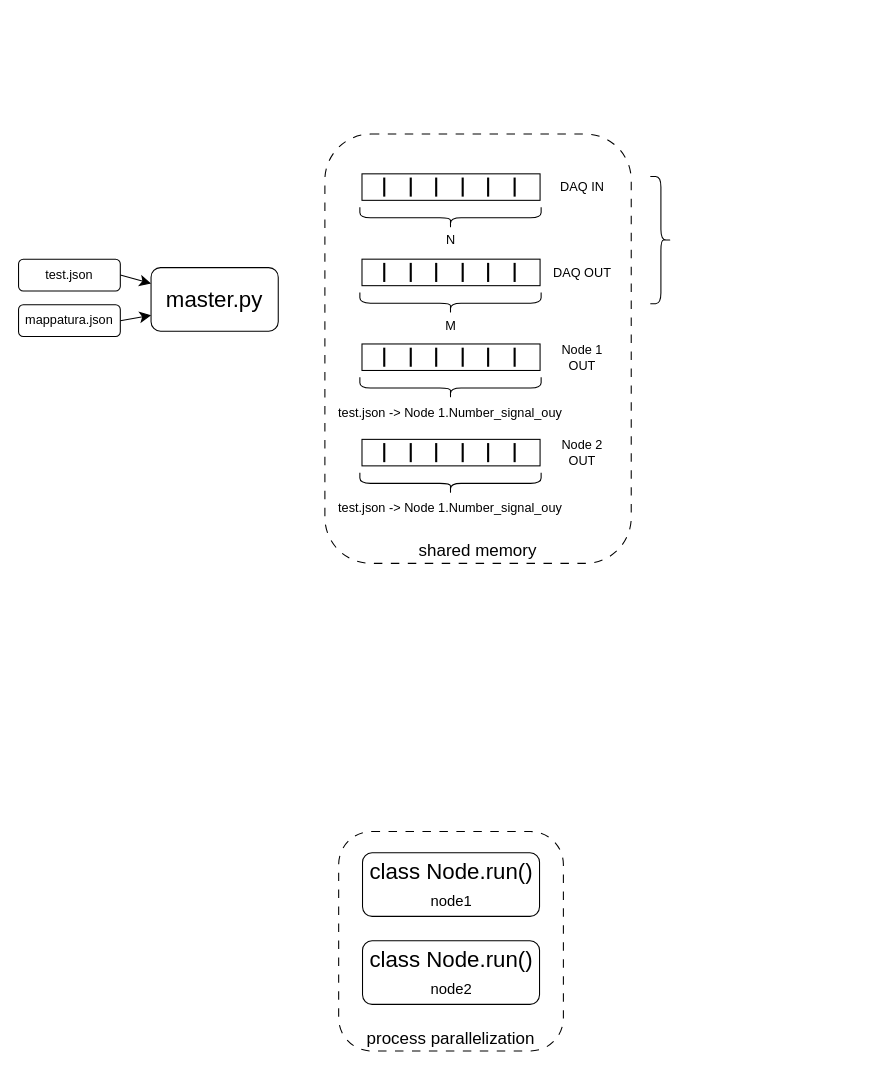
The draw.io diagram realsync.drawio in arielpriarone/drawings, before the edit. Source tidied: cells renumbered, new cells numbered last; positions are measured from the earlier drawing's top-left corner, leaving out a move shared by most shapes. Both pictures are drawn from the tidied source at 106%, with x=0, y=0 at pixel (18, 126).
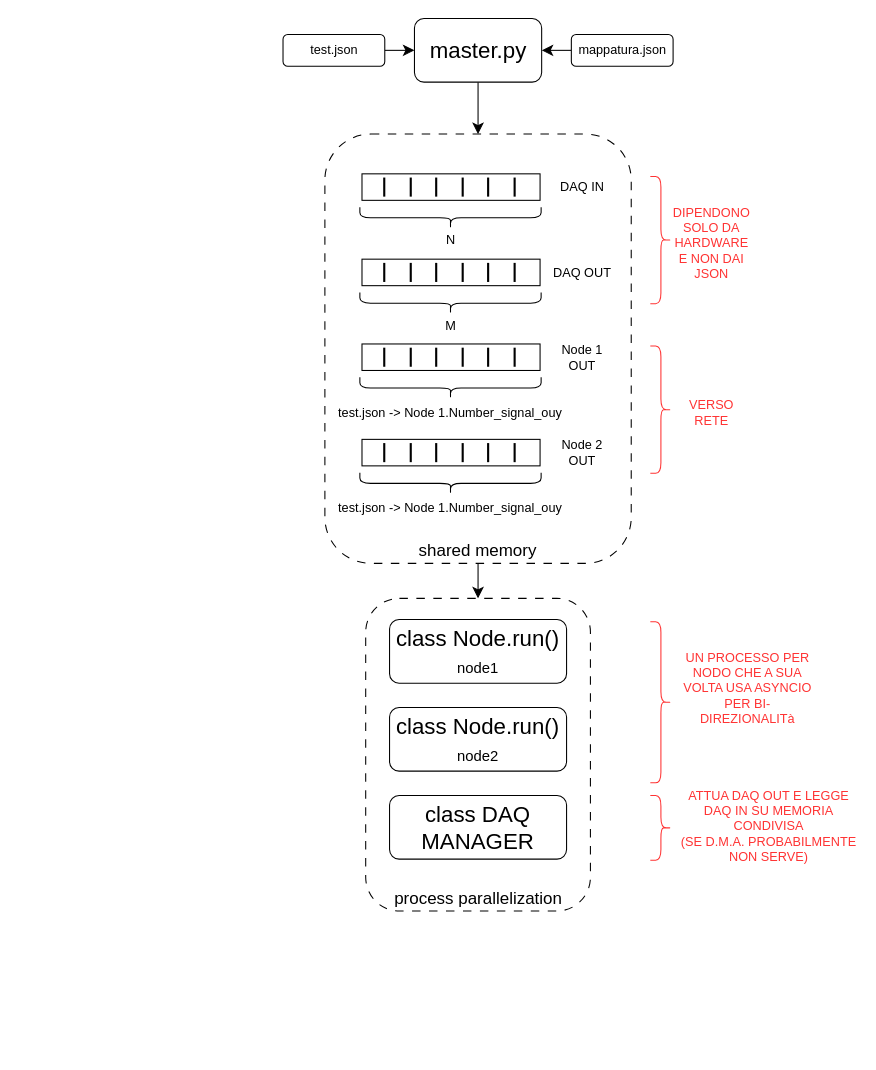
After the change.

The change refers to these unchanged cells:
```xml
<mxCell id="10" value="shared memory" style="rounded=1;whiteSpace=wrap;html=1;dashed=1;dashPattern=8 8;fontSize=16;verticalAlign=bottom;" parent="1" vertex="1">
  <mxGeometry x="289" y="7" width="289" height="405" as="geometry" />
</mxCell>
```

Change to the diagram source:
```diff
@@
-    <mxCell id="2" style="edgeStyle=none;curved=1;rounded=0;jettySize=auto;html=1;exitX=1;exitY=0.5;exitDx=0;exitDy=0;entryX=0;entryY=0.25;entryDx=0;entryDy=0;fontSize=12;startSize=8;endSize=8;" parent="1" edge="1" source="3" target="6">
+    <mxCell id="2" style="edgeStyle=none;curved=1;rounded=0;jettySize=auto;html=1;exitX=1;exitY=0.5;exitDx=0;exitDy=0;entryX=0;entryY=0.5;entryDx=0;entryDy=0;fontSize=12;startSize=8;endSize=8;" parent="1" edge="1" source="3" target="6">
       <mxGeometry relative="1" as="geometry" />
     </mxCell>
     <mxCell id="3" value="test.json" style="rounded=1;whiteSpace=wrap;html=1;" parent="1" vertex="1">
-      <mxGeometry y="125" width="96" height="30" as="geometry" />
+      <mxGeometry x="249.5" y="-87" width="96" height="30" as="geometry" />
     </mxCell>
-    <mxCell id="4" style="edgeStyle=none;curved=1;rounded=0;jettySize=auto;html=1;exitX=1;exitY=0.5;exitDx=0;exitDy=0;entryX=0;entryY=0.75;entryDx=0;entryDy=0;fontSize=12;startSize=8;endSize=8;" parent="1" edge="1" source="5" target="6">
+    <mxCell id="4" style="edgeStyle=none;curved=1;rounded=0;jettySize=auto;html=1;exitX=0;exitY=0.5;exitDx=0;exitDy=0;entryX=1;entryY=0.5;entryDx=0;entryDy=0;fontSize=12;startSize=8;endSize=8;" parent="1" edge="1" source="5" target="6">
       <mxGeometry relative="1" as="geometry" />
     </mxCell>
     <mxCell id="5" value="mappatura.json" style="rounded=1;whiteSpace=wrap;html=1;" parent="1" vertex="1">
-      <mxGeometry y="168" width="96" height="30" as="geometry" />
+      <mxGeometry x="521.5" y="-87" width="96" height="30" as="geometry" />
     </mxCell>
+    <mxCell id="52" style="edgeStyle=none;curved=1;rounded=0;jettySize=auto;html=1;exitX=0.5;exitY=1;exitDx=0;exitDy=0;entryX=0.5;entryY=0;entryDx=0;entryDy=0;fontSize=12;startSize=8;endSize=8;" parent="1" edge="1" source="6" target="10">
+      <mxGeometry relative="1" as="geometry" />
+    </mxCell>
     <mxCell id="6" value="master.py" style="rounded=1;whiteSpace=wrap;html=1;fontSize=21;" parent="1" vertex="1">
-      <mxGeometry x="125" y="133" width="120" height="60" as="geometry" />
+      <mxGeometry x="373.5" y="-102" width="120" height="60" as="geometry" />
     </mxCell>
     <mxCell id="7" value="process parallelization" style="rounded=1;whiteSpace=wrap;html=1;dashed=1;dashPattern=8 8;fontSize=16;verticalAlign=bottom;" parent="1" vertex="1">
-      <mxGeometry x="302" y="665" width="212" height="207" as="geometry" />
+      <mxGeometry x="327.5" y="445" width="212" height="295" as="geometry" />
     </mxCell>
     <mxCell id="8" value="class Node.run()&lt;br&gt;&lt;font style=&quot;font-size: 14px;&quot;&gt;node1&lt;/font&gt;" style="rounded=1;whiteSpace=wrap;html=1;fontSize=21;" parent="1" vertex="1">
-      <mxGeometry x="324.5" y="685" width="167" height="60" as="geometry" />
+      <mxGeometry x="350" y="465" width="167" height="60" as="geometry" />
     </mxCell>
     <mxCell id="9" value="class Node.run()&lt;br&gt;&lt;font style=&quot;font-size: 14px;&quot;&gt;node2&lt;/font&gt;" style="rounded=1;whiteSpace=wrap;html=1;fontSize=21;" parent="1" vertex="1">
-      <mxGeometry x="324.5" y="768" width="167" height="60" as="geometry" />
+      <mxGeometry x="350" y="548" width="167" height="60" as="geometry" />
     </mxCell>
+    <mxCell id="53" style="edgeStyle=none;curved=1;rounded=0;jettySize=auto;html=1;exitX=0.5;exitY=1;exitDx=0;exitDy=0;entryX=0.5;entryY=0;entryDx=0;entryDy=0;fontSize=12;startSize=8;endSize=8;" parent="1" edge="1" source="10" target="7">
+      <mxGeometry relative="1" as="geometry" />
+    </mxCell>
@@
-    <mxCell id="51" style="shape=curlyBracket;whiteSpace=wrap;html=1;rounded=1;flipH=1;labelPosition=right;verticalLabelPosition=middle;align=left;verticalAlign=middle;fontColor=#FF3333;labelBorderColor=#FF3333;" parent="1" vertex="1">
+    <mxCell id="51" style="shape=curlyBracket;whiteSpace=wrap;html=1;rounded=1;flipH=1;labelPosition=right;verticalLabelPosition=middle;align=left;verticalAlign=middle;fontColor=#FF3333;labelBorderColor=#FF3333;strokeColor=#FF3333;" parent="1" vertex="1">
       <mxGeometry x="596" y="47" width="20" height="120" as="geometry" />
     </mxCell>
+    <mxCell id="54" value="DIPENDONO SOLO DA HARDWARE E NON DAI JSON" style="text;html=1;align=center;verticalAlign=middle;whiteSpace=wrap;rounded=0;fontColor=#FF3333;" parent="1" vertex="1">
+      <mxGeometry x="624" y="95" width="60" height="30" as="geometry" />
+    </mxCell>
+    <mxCell id="55" style="shape=curlyBracket;whiteSpace=wrap;html=1;rounded=1;flipH=1;labelPosition=right;verticalLabelPosition=middle;align=left;verticalAlign=middle;fontColor=#FF3333;labelBorderColor=#FF3333;strokeColor=#FF3333;" parent="1" vertex="1">
+      <mxGeometry x="596" y="207" width="20" height="120" as="geometry" />
+    </mxCell>
+    <mxCell id="56" value="VERSO RETE" style="text;html=1;align=center;verticalAlign=middle;whiteSpace=wrap;rounded=0;fontColor=#FF3333;" parent="1" vertex="1">
+      <mxGeometry x="624" y="255" width="60" height="30" as="geometry" />
+    </mxCell>
+    <mxCell id="57" value="class DAQ MANAGER" style="rounded=1;whiteSpace=wrap;html=1;fontSize=21;" parent="1" vertex="1">
+      <mxGeometry x="350" y="631" width="167" height="60" as="geometry" />
+    </mxCell>
+    <mxCell id="58" style="shape=curlyBracket;whiteSpace=wrap;html=1;rounded=1;flipH=1;labelPosition=right;verticalLabelPosition=middle;align=left;verticalAlign=middle;fontColor=#FF3333;labelBorderColor=#FF3333;strokeColor=#FF3333;" parent="1" vertex="1">
+      <mxGeometry x="596" y="467" width="20" height="152" as="geometry" />
+    </mxCell>
+    <mxCell id="59" value="UN PROCESSO PER NODO CHE A SUA VOLTA USA ASYNCIO PER BI-DIREZIONALITà" style="text;html=1;align=center;verticalAlign=middle;whiteSpace=wrap;rounded=0;fontColor=#FF3333;" parent="1" vertex="1">
+      <mxGeometry x="624" y="515" width="128" height="30" as="geometry" />
+    </mxCell>
+    <mxCell id="60" style="shape=curlyBracket;whiteSpace=wrap;html=1;rounded=1;flipH=1;labelPosition=right;verticalLabelPosition=middle;align=left;verticalAlign=middle;fontColor=#FF3333;labelBorderColor=#FF3333;strokeColor=#FF3333;" parent="1" vertex="1">
+      <mxGeometry x="596" y="631" width="20" height="61" as="geometry" />
+    </mxCell>
+    <mxCell id="61" value="ATTUA DAQ OUT E LEGGE DAQ IN SU MEMORIA CONDIVISA&lt;br&gt;(SE D.M.A. PROBABILMENTE NON SERVE)" style="text;html=1;align=center;verticalAlign=middle;whiteSpace=wrap;rounded=0;fontColor=#FF3333;" parent="1" vertex="1">
+      <mxGeometry x="624" y="645" width="168" height="30" as="geometry" />
+    </mxCell>
```
